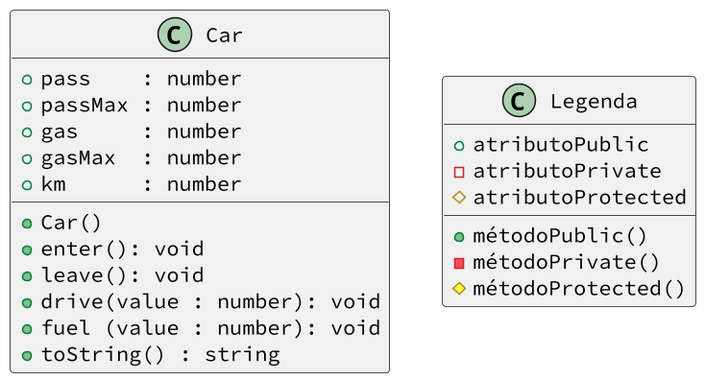
This is base/carro/diagrama.png from qxcodepoo/arcade, a PlantUML export, as it was before one commit.
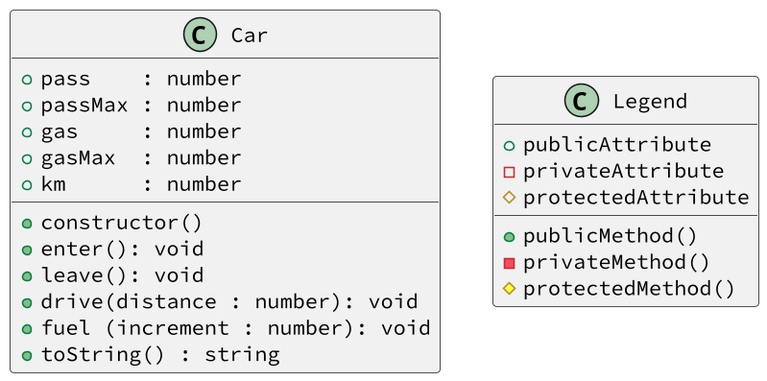
After the commit.

What changed in the source:
```diff
@@ -8,20 +8,20 @@
   + gasMax  : number
   + km      : number
   __
-  + Car()
+  + constructor()
   + enter(): void
   + leave(): void
-  + drive(value : number): void
-  + fuel (value : number): void
+  + drive(distance : number): void
+  + fuel (increment : number): void
   + toString() : string
 }
-class Legenda {
-  + atributoPublic
-  - atributoPrivate
-  # atributoProtected
+class Legend {
+  + publicAttribute
+  - privateAttribute
+  # protectedAttribute
   __
-  + métodoPublic()
-  - métodoPrivate()
-  # métodoProtected()
+  + publicMethod()
+  - privateMethod()
+  # protectedMethod()
 }
 @enduml
```
